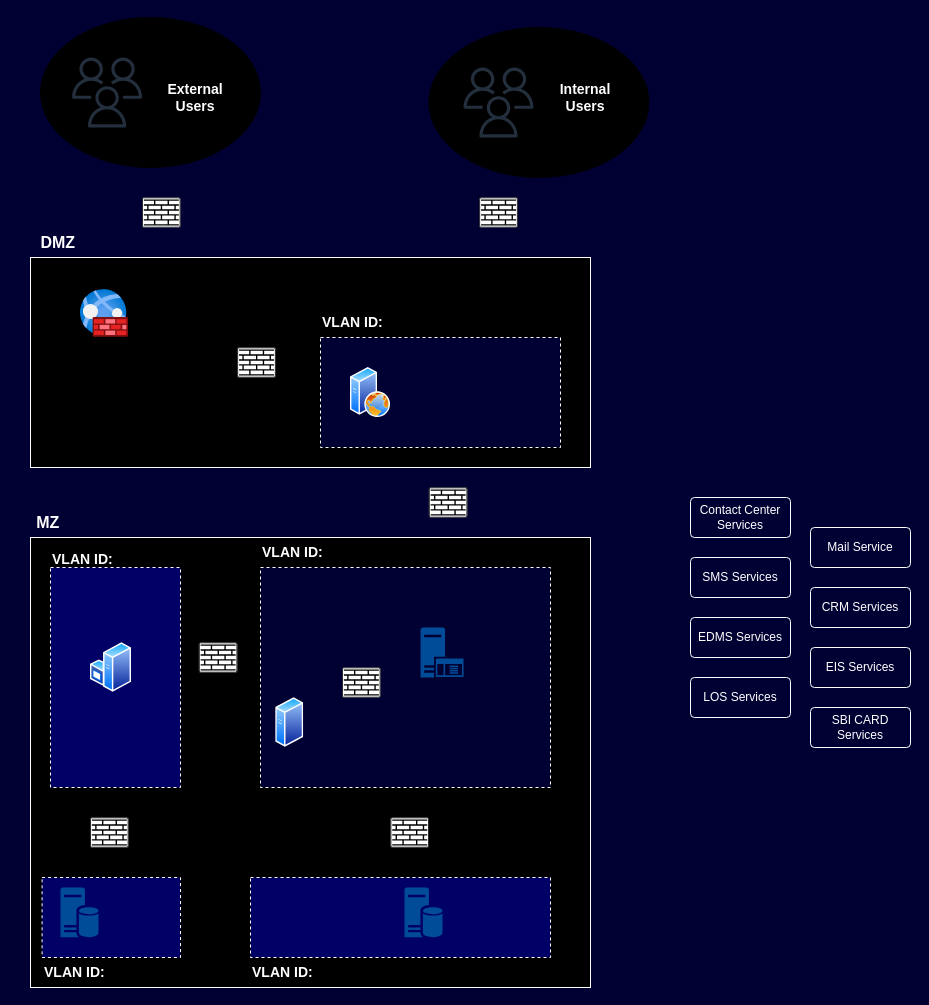
Above: OCAS SNA Diagram.drawio in hansmukhdp/algo-trading (draw.io), before the change. Source tidied: cells renumbered, new cells numbered last; positions are measured from the earlier drawing's top-left corner, leaving out a move shared by most shapes. Both pictures are drawn from the tidied source at 100%, with x=0, y=0 at pixel (20, 17).
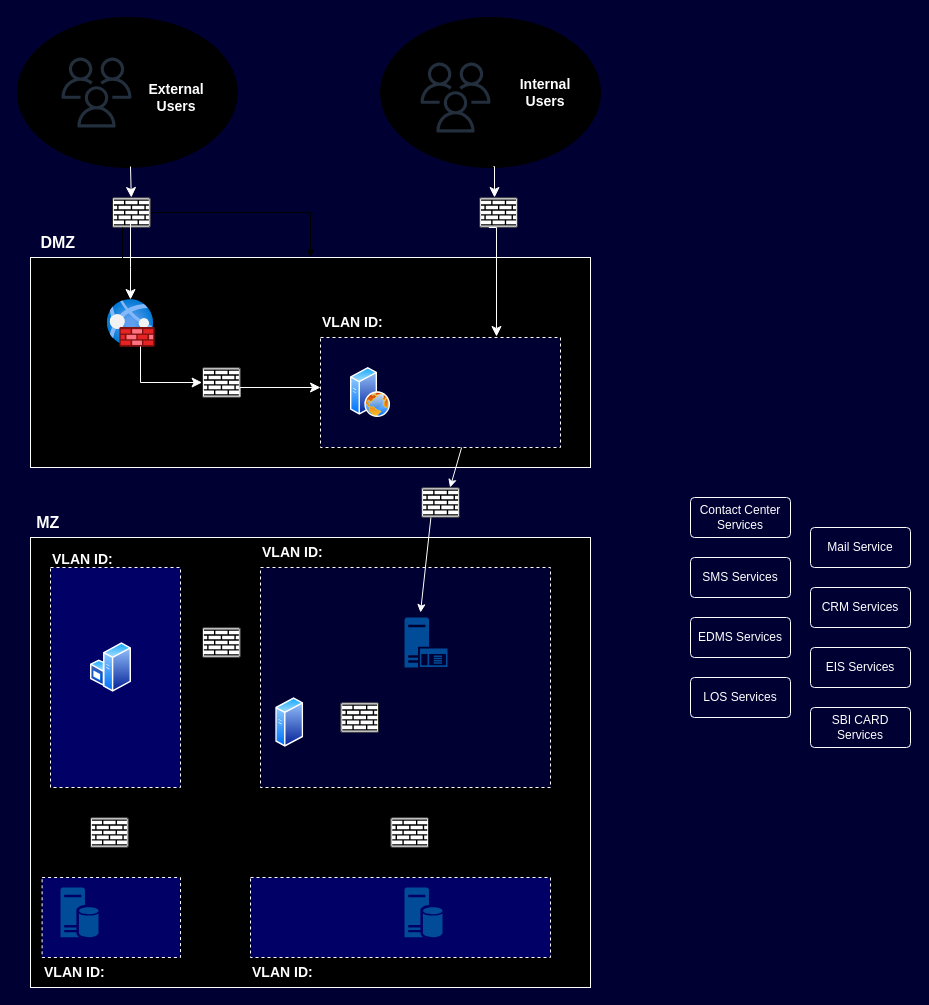
The same diagram, later.

Unchanged cells that the change refers to:
```xml
<mxCell id="3" style="rounded=0;whiteSpace=wrap;html=1;labelBackgroundColor=none;fillColor=#000000;strokeColor=#FFFFFF;" parent="1" vertex="1">
  <mxGeometry x="10" y="240" width="560" height="210" as="geometry" />
</mxCell>
<mxCell id="8" style="rounded=0;whiteSpace=wrap;html=1;dashed=1;labelBackgroundColor=none;fillColor=#000033;strokeColor=#FFFFFF;" parent="1" vertex="1">
  <mxGeometry x="300" y="320" width="240" height="110" as="geometry" />
</mxCell>
<mxCell id="45" style="sketch=0;points=[[0.015,0.015,0],[0.985,0.015,0],[0.985,0.985,0],[0.015,0.985,0],[0.25,0,0],[0.5,0,0],[0.75,0,0],[1,0.25,0],[1,0.5,0],[1,0.75,0],[0.75,1,0],[0.5,1,0],[0.25,1,0],[0,0.75,0],[0,0.5,0],[0,0.25,0]];verticalLabelPosition=bottom;html=1;verticalAlign=top;align=center;shape=mxgraph.cisco19.rect;prIcon=firewall;labelBackgroundColor=none;" parent="1" vertex="1">
  <mxGeometry x="458.8" y="180" width="38.4" height="30" as="geometry" />
</mxCell>
```

What changed in the source:
```diff
@@
     <mxCell id="7" style="image;html=1;points=[];align=center;fontSize=12;image=img/lib/azure2/networking/Web_Application_Firewall_Policies_WAF.svg;labelBackgroundColor=none;" parent="1" vertex="1">
-      <mxGeometry x="60" y="272" width="48" height="48" as="geometry" />
+      <mxGeometry x="86.8" y="282" width="48" height="48" as="geometry" />
     </mxCell>
+    <mxCell id="46" style="edgeStyle=orthogonalEdgeStyle;rounded=0;jettySize=auto;html=1;" parent="1" edge="1" source="8" target="10">
+      <mxGeometry relative="1" as="geometry" />
+    </mxCell>
@@
     <mxCell id="10" style="sketch=0;points=[[0.015,0.015,0],[0.985,0.015,0],[0.985,0.985,0],[0.015,0.985,0],[0.25,0,0],[0.5,0,0],[0.75,0,0],[1,0.25,0],[1,0.5,0],[1,0.75,0],[0.75,1,0],[0.5,1,0],[0.25,1,0],[0,0.75,0],[0,0.5,0],[0,0.25,0]];verticalLabelPosition=bottom;html=1;verticalAlign=top;align=center;shape=mxgraph.cisco19.rect;prIcon=firewall;labelBackgroundColor=none;" parent="1" vertex="1">
-      <mxGeometry x="216.8" y="330" width="38.4" height="30" as="geometry" />
+      <mxGeometry x="181.6" y="350" width="38.4" height="30" as="geometry" />
     </mxCell>
     <mxCell id="11" style="sketch=0;points=[[0.015,0.015,0],[0.985,0.015,0],[0.985,0.985,0],[0.015,0.985,0],[0.25,0,0],[0.5,0,0],[0.75,0,0],[1,0.25,0],[1,0.5,0],[1,0.75,0],[0.75,1,0],[0.5,1,0],[0.25,1,0],[0,0.75,0],[0,0.5,0],[0,0.25,0]];verticalLabelPosition=bottom;html=1;verticalAlign=top;align=center;shape=mxgraph.cisco19.rect;prIcon=firewall;labelBackgroundColor=none;" parent="1" vertex="1">
-      <mxGeometry x="408.4" y="470" width="38.4" height="30" as="geometry" />
+      <mxGeometry x="400.8" y="470" width="38.4" height="30" as="geometry" />
     </mxCell>
     <mxCell id="12" style="sketch=0;verticalLabelPosition=bottom;html=1;verticalAlign=top;align=center;shape=mxgraph.cisco19.rect;prIcon=firewall;labelBackgroundColor=none;" parent="1" vertex="1">
-      <mxGeometry x="178.4" y="625" width="38.4" height="30" as="geometry" />
+      <mxGeometry x="181.6" y="610" width="38.4" height="30" as="geometry" />
     </mxCell>
     <mxCell id="13" style="sketch=0;verticalLabelPosition=bottom;html=1;verticalAlign=top;align=center;shape=mxgraph.cisco19.rect;prIcon=firewall;labelBackgroundColor=none;" parent="1" vertex="1">
-      <mxGeometry x="321.6" y="650" width="38.4" height="30" as="geometry" />
+      <mxGeometry x="320" y="685" width="38.4" height="30" as="geometry" />
     </mxCell>
@@
     <mxCell id="18" style="sketch=0;shadow=0;dashed=0;html=1;strokeColor=none;labelPosition=center;verticalLabelPosition=bottom;verticalAlign=top;align=center;fillColor=#004C99;shape=mxgraph.mscae.enterprise.application_server;" parent="1" vertex="1">
-      <mxGeometry x="400" y="610" width="43" height="50" as="geometry" />
+      <mxGeometry x="384" y="600" width="43" height="50" as="geometry" />
     </mxCell>
@@
     <mxCell id="38" style="ellipse;whiteSpace=wrap;html=1;fillColor=#000000;" parent="1" vertex="1">
-      <mxGeometry x="20" width="220" height="150" as="geometry" />
+      <mxGeometry x="-3.2" width="220" height="150" as="geometry" />
     </mxCell>
     <mxCell id="39" style="sketch=0;fontColor=#232F3E;gradientColor=none;fillColor=#232F3D;strokeColor=none;dashed=0;verticalLabelPosition=bottom;verticalAlign=top;align=center;html=1;fontSize=12;fontStyle=0;shape=mxgraph.aws4.users;" parent="1" vertex="1">
-      <mxGeometry x="51.6" y="40" width="70" height="70" as="geometry" />
+      <mxGeometry x="41" y="40" width="70" height="70" as="geometry" />
     </mxCell>
+    <mxCell id="47" style="edgeStyle=orthogonalEdgeStyle;rounded=0;jettySize=auto;html=1;exitX=1;exitY=0.5;exitDx=0;exitDy=0;exitPerimeter=0;" parent="1" edge="1" source="40" target="3">
+      <mxGeometry relative="1" as="geometry" />
+    </mxCell>
+    <mxCell id="48" style="edgeStyle=orthogonalEdgeStyle;rounded=0;jettySize=auto;html=1;" parent="1" edge="1" source="40" target="41">
+      <mxGeometry relative="1" as="geometry" />
+    </mxCell>
     <mxCell id="40" style="sketch=0;points=[[0.015,0.015,0],[0.985,0.015,0],[0.985,0.985,0],[0.015,0.985,0],[0.25,0,0],[0.5,0,0],[0.75,0,0],[1,0.25,0],[1,0.5,0],[1,0.75,0],[0.75,1,0],[0.5,1,0],[0.25,1,0],[0,0.75,0],[0,0.5,0],[0,0.25,0]];verticalLabelPosition=bottom;html=1;verticalAlign=top;align=center;shape=mxgraph.cisco19.rect;prIcon=firewall;labelBackgroundColor=none;" parent="1" vertex="1">
-      <mxGeometry x="121.6" y="180" width="38.4" height="30" as="geometry" />
+      <mxGeometry x="91.6" y="180" width="38.4" height="30" as="geometry" />
     </mxCell>
     <mxCell id="41" value="External Users" style="text;html=1;strokeColor=none;fillColor=none;align=center;verticalAlign=middle;whiteSpace=wrap;rounded=0;fontColor=#FFFFFF;fontSize=14;fontStyle=1;" parent="1" vertex="1">
-      <mxGeometry x="130" y="60" width="90" height="40" as="geometry" />
+      <mxGeometry x="111" y="60" width="90" height="40" as="geometry" />
     </mxCell>
     <mxCell id="42" style="ellipse;whiteSpace=wrap;html=1;fillColor=#000000;" parent="1" vertex="1">
-      <mxGeometry x="408.4" y="10" width="220" height="150" as="geometry" />
+      <mxGeometry x="360" width="220" height="150" as="geometry" />
     </mxCell>
     <mxCell id="43" style="sketch=0;fontColor=#232F3E;gradientColor=none;fillColor=#232F3D;strokeColor=none;dashed=0;verticalLabelPosition=bottom;verticalAlign=top;align=center;html=1;fontSize=12;fontStyle=0;shape=mxgraph.aws4.users;" parent="1" vertex="1">
-      <mxGeometry x="443" y="50" width="70" height="70" as="geometry" />
+      <mxGeometry x="400" y="45" width="70" height="70" as="geometry" />
     </mxCell>
     <mxCell id="44" value="Internal Users" style="text;html=1;strokeColor=none;fillColor=none;align=center;verticalAlign=middle;whiteSpace=wrap;rounded=0;fontColor=#FFFFFF;fontSize=14;fontStyle=1;" parent="1" vertex="1">
-      <mxGeometry x="520" y="60" width="90" height="40" as="geometry" />
+      <mxGeometry x="480" y="55" width="90" height="40" as="geometry" />
     </mxCell>
@@
+    <mxCell id="49" style="endArrow=classic;html=1;rounded=0;" parent="1" edge="1">
+      <mxGeometry relative="1" as="geometry">
+        <mxPoint x="360" y="320" as="sourcePoint" />
+        <mxPoint x="410" y="270" as="targetPoint" />
+      </mxGeometry>
+    </mxCell>
+    <mxCell id="50" style="edgeStyle=segmentEdgeStyle;endArrow=classic;html=1;curved=0;rounded=0;endSize=8;startSize=8;strokeColor=#FFFFFF;entryX=0.5;entryY=0;entryDx=0;entryDy=0;entryPerimeter=0;" parent="1" edge="1" target="40">
+      <mxGeometry relative="1" as="geometry">
+        <mxPoint x="110" y="149" as="sourcePoint" />
+        <Array as="points">
+          <mxPoint x="110" y="149" />
+        </Array>
+      </mxGeometry>
+    </mxCell>
+    <mxCell id="51" style="edgeStyle=segmentEdgeStyle;endArrow=classic;html=1;curved=0;rounded=0;endSize=8;startSize=8;strokeColor=#FFFFFF;entryX=0.5;entryY=0;entryDx=0;entryDy=0;entryPerimeter=0;" parent="1" edge="1">
+      <mxGeometry relative="1" as="geometry">
+        <mxPoint x="473" y="149" as="sourcePoint" />
+        <mxPoint x="474" y="180" as="targetPoint" />
+        <Array as="points">
+          <mxPoint x="473" y="149" />
+        </Array>
+      </mxGeometry>
+    </mxCell>
+    <mxCell id="52" style="edgeStyle=segmentEdgeStyle;endArrow=classic;html=1;curved=0;rounded=0;endSize=8;startSize=8;" parent="1" edge="1">
+      <mxGeometry relative="1" as="geometry">
+        <mxPoint x="102" y="210" as="sourcePoint" />
+        <mxPoint x="102" y="272" as="targetPoint" />
+        <Array as="points">
+          <mxPoint x="102" y="210" />
+        </Array>
+      </mxGeometry>
+    </mxCell>
+    <mxCell id="53" style="edgeStyle=segmentEdgeStyle;endArrow=classic;html=1;curved=0;rounded=0;endSize=8;startSize=8;strokeColor=#FFFFFF;" parent="1" edge="1" target="7">
+      <mxGeometry relative="1" as="geometry">
+        <mxPoint x="110" y="204" as="sourcePoint" />
+        <Array as="points">
+          <mxPoint x="110" y="250" />
+          <mxPoint x="110" y="250" />
+        </Array>
+      </mxGeometry>
+    </mxCell>
+    <mxCell id="54" style="edgeStyle=segmentEdgeStyle;endArrow=classic;html=1;curved=0;rounded=0;endSize=8;startSize=8;strokeColor=#FFFFFF;exitX=0.25;exitY=1;exitDx=0;exitDy=0;exitPerimeter=0;" parent="1" edge="1" source="45">
+      <mxGeometry relative="1" as="geometry">
+        <mxPoint x="476" y="319" as="targetPoint" />
+        <Array as="points">
+          <mxPoint x="476" y="210" />
+        </Array>
+      </mxGeometry>
+    </mxCell>
+    <mxCell id="55" style="edgeStyle=segmentEdgeStyle;endArrow=classic;html=1;curved=0;rounded=0;endSize=8;startSize=8;strokeColor=#FFFFFF;entryX=0;entryY=0.5;entryDx=0;entryDy=0;entryPerimeter=0;" parent="1" edge="1" target="10">
+      <mxGeometry relative="1" as="geometry">
+        <mxPoint x="120" y="329" as="sourcePoint" />
+        <Array as="points">
+          <mxPoint x="120" y="365" />
+        </Array>
+      </mxGeometry>
+    </mxCell>
+    <mxCell id="56" style="edgeStyle=segmentEdgeStyle;endArrow=classic;html=1;curved=0;rounded=0;endSize=8;startSize=8;strokeColor=#FFFFFF;exitX=0.985;exitY=0.985;exitDx=0;exitDy=0;exitPerimeter=0;" parent="1" edge="1" source="10" target="8">
+      <mxGeometry relative="1" as="geometry">
+        <Array as="points">
+          <mxPoint x="219" y="370" />
+        </Array>
+      </mxGeometry>
+    </mxCell>
+    <mxCell id="57" style="endArrow=classic;html=1;rounded=0;strokeColor=#FFFFFF;exitX=0.25;exitY=1;exitDx=0;exitDy=0;exitPerimeter=0;" parent="1" edge="1" source="11">
+      <mxGeometry relative="1" as="geometry">
+        <mxPoint x="400" y="595" as="targetPoint" />
+      </mxGeometry>
+    </mxCell>
+    <mxCell id="58" style="endArrow=classic;html=1;rounded=0;exitX=0.588;exitY=1;exitDx=0;exitDy=0;exitPerimeter=0;entryX=0.75;entryY=0;entryDx=0;entryDy=0;entryPerimeter=0;strokeColor=#FFFFFF;" parent="1" edge="1" source="8" target="11">
+      <mxGeometry relative="1" as="geometry" />
+    </mxCell>
```
